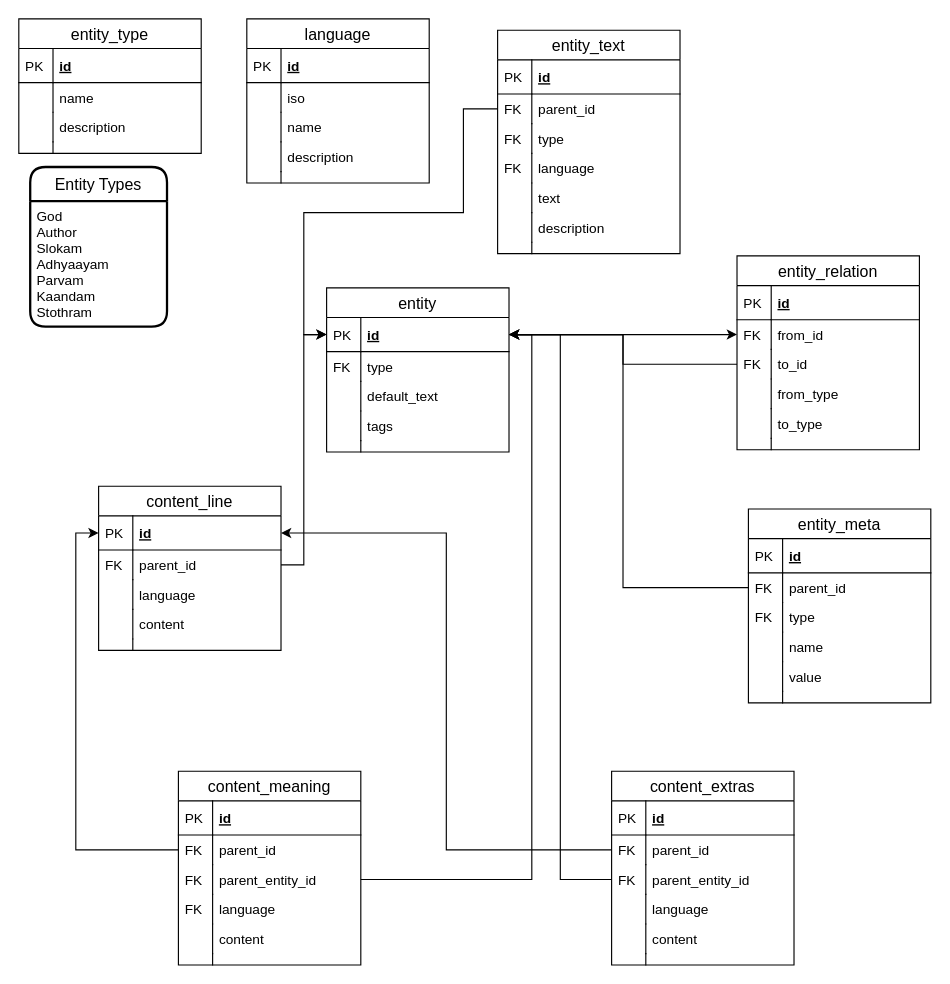
Before: page "ERD" (1 of 2) of project_assets/DevHub ER Diagram.drawio in hareeshbabu82ns/devhub, a draw.io diagram. Source tidied: cells renumbered, new cells numbered last; positions are measured from the earlier drawing's top-left corner, leaving out a move shared by most shapes. Both pictures are drawn from the tidied source at 114%, with x=0, y=0 at pixel (18, 18).
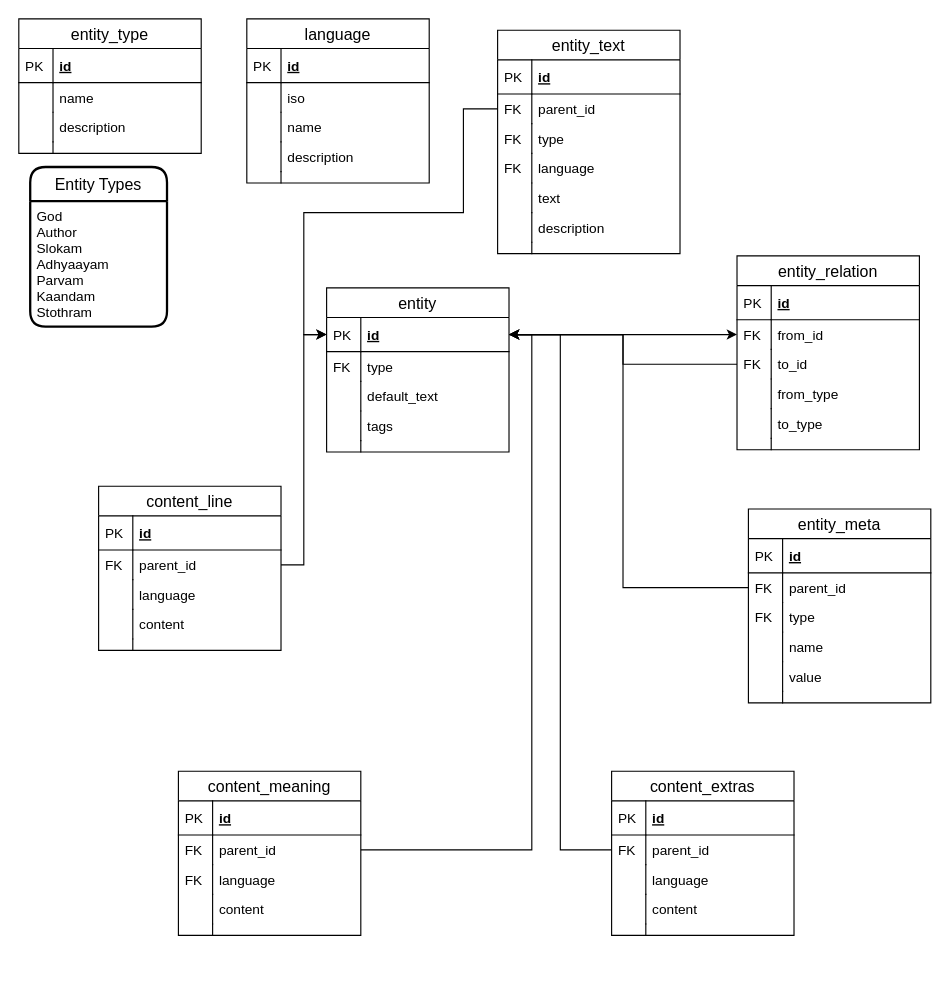
The same page after the edit.

The change refers to these unchanged cells:
```xml
<mxCell id="41" value="id" style="shape=partialRectangle;top=0;left=0;right=0;bottom=1;align=left;verticalAlign=middle;fillColor=none;spacingLeft=34;spacingRight=4;overflow=hidden;points=[[0,0.5],[1,0.5]];portConstraint=eastwest;fontStyle=5;fontSize=12;" parent="40" vertex="1">
  <mxGeometry y="26" width="160" height="30" as="geometry" />
</mxCell>
```

Change to the diagram source:
```diff
@@
-    <mxCell id="39" style="edgeStyle=orthogonalEdgeStyle;rounded=0;jettySize=auto;html=1;exitX=0;exitY=0.5;exitDx=0;exitDy=0;entryX=0;entryY=0.5;entryDx=0;entryDy=0;" parent="1" edge="1" source="81" target="41">
-      <mxGeometry relative="1" as="geometry">
-        <Array as="points">
-          <mxPoint x="50" y="729" />
-          <mxPoint x="50" y="451" />
-        </Array>
-      </mxGeometry>
-    </mxCell>
@@
     <mxCell id="78" value="content_meaning" style="swimlane;fontStyle=0;horizontal=1;startSize=26;align=center;fontSize=14;" parent="1" vertex="1">
-      <mxGeometry x="140" y="660" width="160" height="170" as="geometry" />
+      <mxGeometry x="140" y="660" width="160" height="144" as="geometry" />
     </mxCell>
@@
-    <mxCell id="81" value="parent_id" style="shape=partialRectangle;top=0;left=0;right=0;bottom=0;align=left;verticalAlign=top;fillColor=none;spacingLeft=34;spacingRight=4;overflow=hidden;points=[[0,0.5],[1,0.5]];portConstraint=eastwest;fontSize=12;" parent="78" vertex="1">
-      <mxGeometry y="56" width="160" height="26" as="geometry" />
-    </mxCell>
-    <mxCell id="82" value="FK" style="shape=partialRectangle;top=0;left=0;bottom=0;fillColor=none;align=left;verticalAlign=top;spacingLeft=4;spacingRight=4;overflow=hidden;fontSize=12;" parent="81" vertex="1">
-      <mxGeometry width="30" height="26" as="geometry" />
-    </mxCell>
-    <mxCell id="83" value="parent_entity_id" style="shape=partialRectangle;top=0;left=0;right=0;bottom=0;align=left;verticalAlign=top;fillColor=none;spacingLeft=34;spacingRight=4;overflow=hidden;points=[[0,0.5],[1,0.5]];portConstraint=eastwest;fontSize=12;" parent="78" vertex="1">
-      <mxGeometry y="82" width="160" height="26" as="geometry" />
+    <mxCell id="83" value="parent_id" style="shape=partialRectangle;top=0;left=0;right=0;bottom=0;align=left;verticalAlign=top;fillColor=none;spacingLeft=34;spacingRight=4;overflow=hidden;points=[[0,0.5],[1,0.5]];portConstraint=eastwest;fontSize=12;" parent="78" vertex="1">
+      <mxGeometry y="56" width="160" height="26" as="geometry" />
     </mxCell>
@@
     <mxCell id="85" value="language" style="shape=partialRectangle;top=0;left=0;right=0;bottom=0;align=left;verticalAlign=top;fillColor=none;spacingLeft=34;spacingRight=4;overflow=hidden;fontSize=12;" parent="78" vertex="1">
-      <mxGeometry y="108" width="160" height="26" as="geometry" />
+      <mxGeometry y="82" width="160" height="26" as="geometry" />
     </mxCell>
@@
     <mxCell id="87" value="content" style="shape=partialRectangle;top=0;left=0;right=0;bottom=0;align=left;verticalAlign=top;fillColor=none;spacingLeft=34;spacingRight=4;overflow=hidden;fontSize=12;" parent="78" vertex="1">
-      <mxGeometry y="134" width="160" height="26" as="geometry" />
+      <mxGeometry y="108" width="160" height="26" as="geometry" />
     </mxCell>
@@
     <mxCell id="89" style="shape=partialRectangle;top=0;left=0;right=0;bottom=0;align=left;verticalAlign=top;fillColor=none;spacingLeft=34;spacingRight=4;overflow=hidden;fontSize=12;" parent="78" vertex="1">
-      <mxGeometry y="160" width="160" height="10" as="geometry" />
+      <mxGeometry y="134" width="160" height="10" as="geometry" />
     </mxCell>
@@
     <mxCell id="91" value="content_extras" style="swimlane;fontStyle=0;horizontal=1;startSize=26;align=center;fontSize=14;" parent="1" vertex="1">
-      <mxGeometry x="520" y="660" width="160" height="170" as="geometry" />
+      <mxGeometry x="520" y="660" width="160" height="144" as="geometry" />
     </mxCell>
@@
-    <mxCell id="94" value="parent_id" style="shape=partialRectangle;top=0;left=0;right=0;bottom=0;align=left;verticalAlign=top;fillColor=none;spacingLeft=34;spacingRight=4;overflow=hidden;points=[[0,0.5],[1,0.5]];portConstraint=eastwest;fontSize=12;" parent="91" vertex="1">
-      <mxGeometry y="56" width="160" height="26" as="geometry" />
-    </mxCell>
-    <mxCell id="95" value="FK" style="shape=partialRectangle;top=0;left=0;bottom=0;fillColor=none;align=left;verticalAlign=top;spacingLeft=4;spacingRight=4;overflow=hidden;fontSize=12;" parent="94" vertex="1">
-      <mxGeometry width="30" height="26" as="geometry" />
-    </mxCell>
-    <mxCell id="96" value="parent_entity_id" style="shape=partialRectangle;top=0;left=0;right=0;bottom=0;align=left;verticalAlign=top;fillColor=none;spacingLeft=34;spacingRight=4;overflow=hidden;points=[[0,0.5],[1,0.5]];portConstraint=eastwest;fontSize=12;" parent="91" vertex="1">
-      <mxGeometry y="82" width="160" height="26" as="geometry" />
+    <mxCell id="96" value="parent_id" style="shape=partialRectangle;top=0;left=0;right=0;bottom=0;align=left;verticalAlign=top;fillColor=none;spacingLeft=34;spacingRight=4;overflow=hidden;points=[[0,0.5],[1,0.5]];portConstraint=eastwest;fontSize=12;" parent="91" vertex="1">
+      <mxGeometry y="56" width="160" height="26" as="geometry" />
     </mxCell>
@@
     <mxCell id="98" value="language" style="shape=partialRectangle;top=0;left=0;right=0;bottom=0;align=left;verticalAlign=top;fillColor=none;spacingLeft=34;spacingRight=4;overflow=hidden;fontSize=12;" parent="91" vertex="1">
-      <mxGeometry y="108" width="160" height="26" as="geometry" />
+      <mxGeometry y="82" width="160" height="26" as="geometry" />
     </mxCell>
@@
     <mxCell id="100" value="content" style="shape=partialRectangle;top=0;left=0;right=0;bottom=0;align=left;verticalAlign=top;fillColor=none;spacingLeft=34;spacingRight=4;overflow=hidden;fontSize=12;" parent="91" vertex="1">
-      <mxGeometry y="134" width="160" height="26" as="geometry" />
+      <mxGeometry y="108" width="160" height="26" as="geometry" />
     </mxCell>
@@
     <mxCell id="102" style="shape=partialRectangle;top=0;left=0;right=0;bottom=0;align=left;verticalAlign=top;fillColor=none;spacingLeft=34;spacingRight=4;overflow=hidden;fontSize=12;" parent="91" vertex="1">
-      <mxGeometry y="160" width="160" height="10" as="geometry" />
+      <mxGeometry y="134" width="160" height="10" as="geometry" />
     </mxCell>
@@
-    <mxCell id="121" style="edgeStyle=orthogonalEdgeStyle;rounded=0;jettySize=auto;html=1;exitX=0;exitY=0.5;exitDx=0;exitDy=0;" parent="1" edge="1" source="94" target="41">
-      <mxGeometry relative="1" as="geometry" />
-    </mxCell>
```
